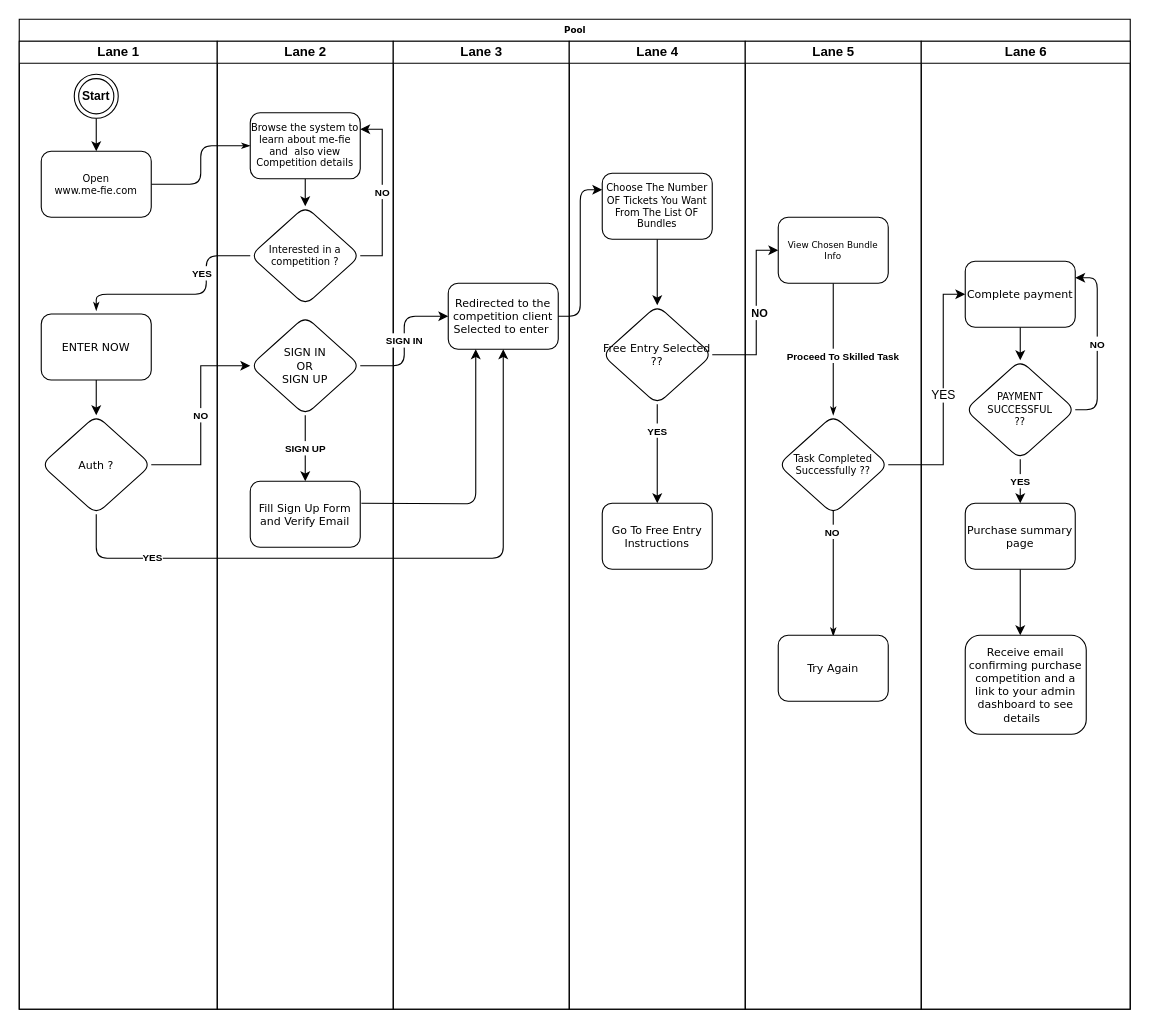
This is me-fie flow 2.0.drawio from Kwame-Pitakin/Draw.io, a draw.io file, before an edit. Source tidied: cells renumbered, new cells numbered last; positions are measured from the earlier drawing's top-left corner, leaving out a move shared by most shapes. Both pictures are drawn from the tidied source at 110%, with x=0, y=0 at pixel (19, 19).
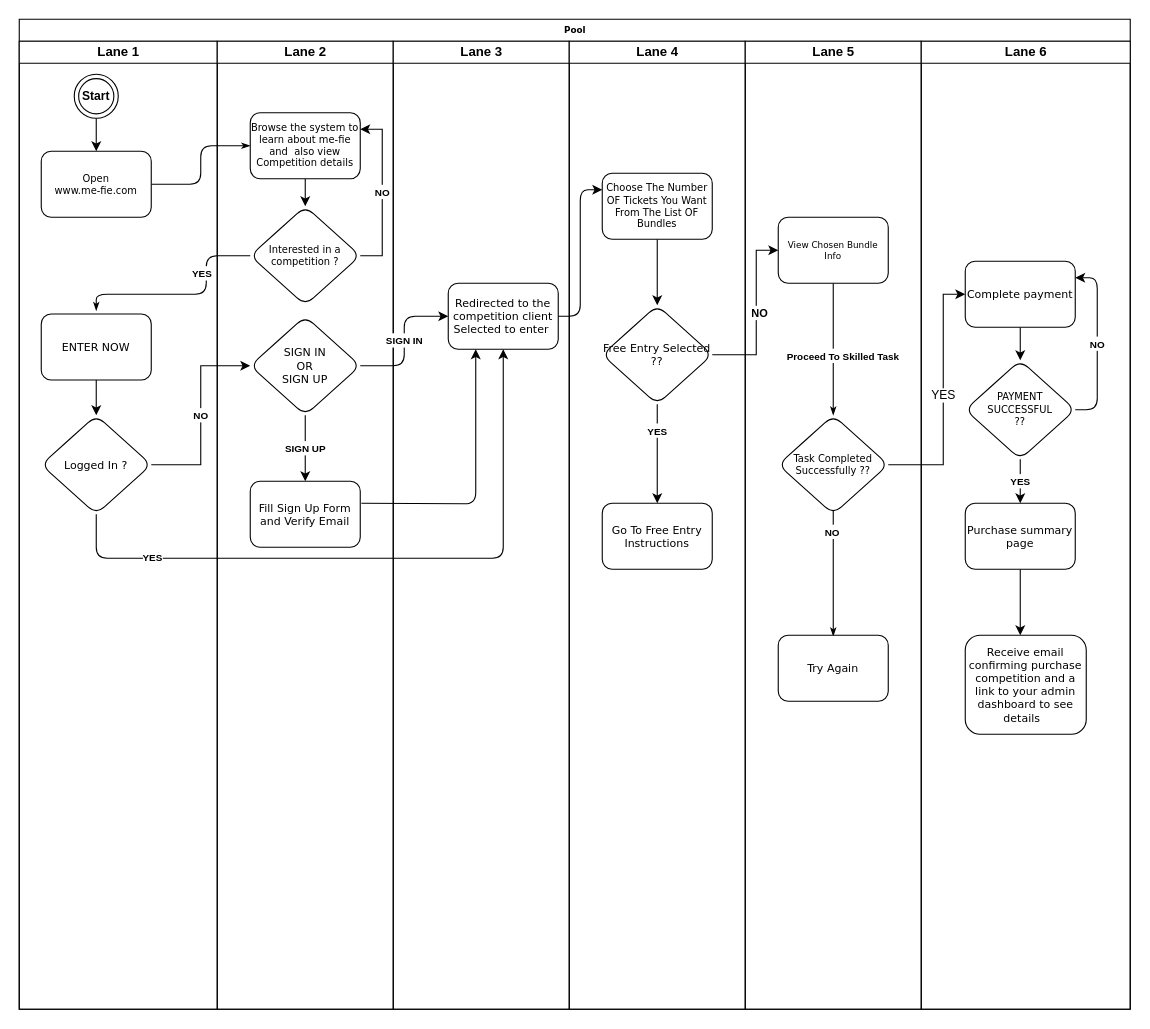
The same diagram, later.

Unchanged cells that the change refers to:
```xml
<mxCell id="6" value="Lane 1" style="swimlane;html=1;startSize=20;" parent="2" vertex="1">
  <mxGeometry y="20" width="180" height="880" as="geometry" />
</mxCell>
```

Change to the diagram source:
```diff
@@
-    <mxCell id="8" value="&lt;font style=&quot;font-size: 10px;&quot;&gt;Auth ?&lt;/font&gt;" style="rhombus;whiteSpace=wrap;html=1;fontSize=8;fontFamily=Verdana;rounded=1;shadow=0;labelBackgroundColor=none;strokeWidth=1;" parent="6" vertex="1">
+    <mxCell id="8" value="&lt;font style=&quot;font-size: 10px;&quot;&gt;Logged In ?&lt;/font&gt;" style="rhombus;whiteSpace=wrap;html=1;fontSize=8;fontFamily=Verdana;rounded=1;shadow=0;labelBackgroundColor=none;strokeWidth=1;" parent="6" vertex="1">
       <mxGeometry x="20" y="340" width="100" height="90" as="geometry" />
     </mxCell>
```
